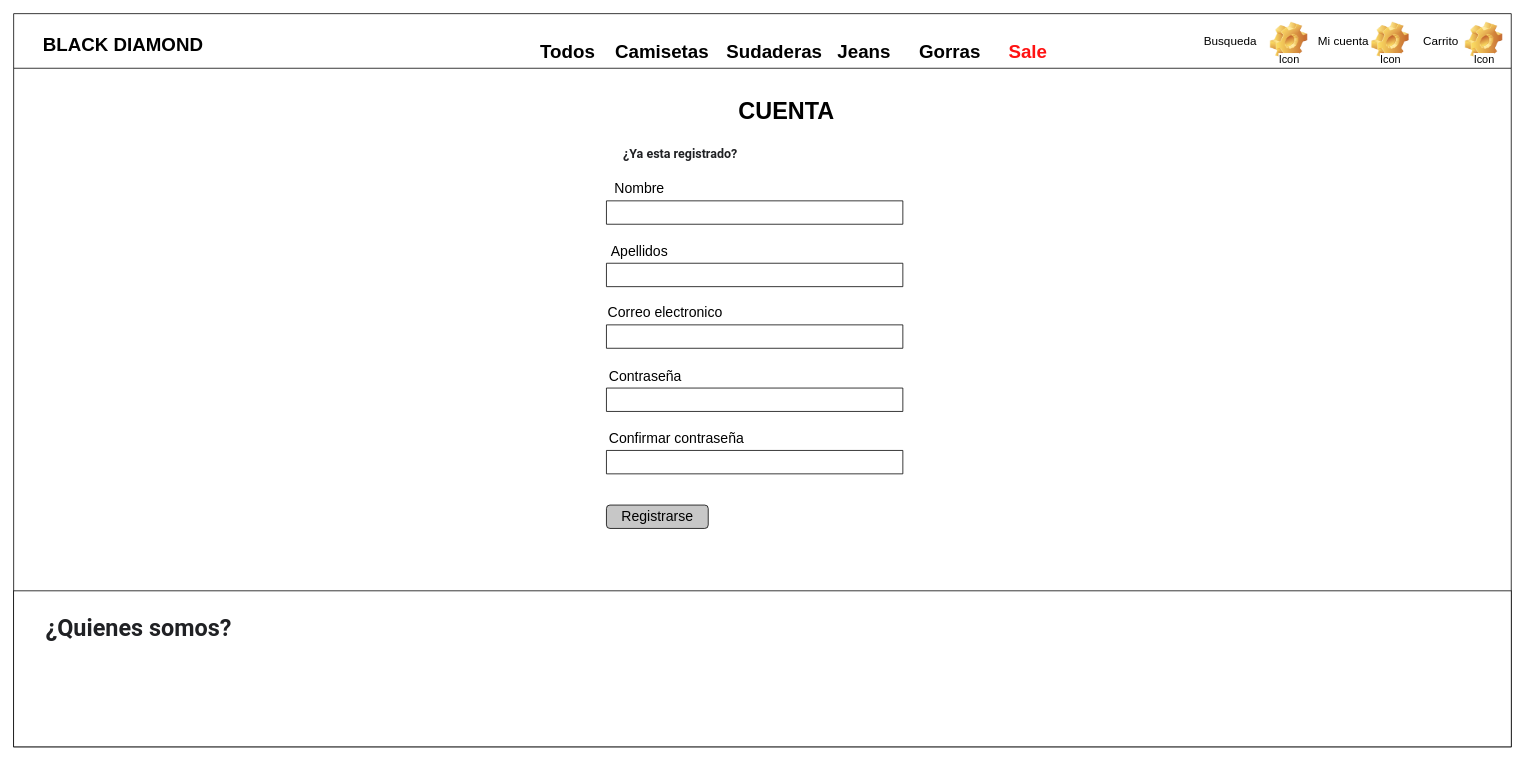
This is Formulario de registro.drawio from Alejox50/grupo_4_black-diamond, a draw.io file, before an edit. Source tidied: cells renumbered, new cells numbered last; positions are measured from the earlier drawing's top-left corner, leaving out a move shared by most shapes. Both pictures are drawn from the tidied source at 78%, with x=0, y=0 at pixel (13, 13).
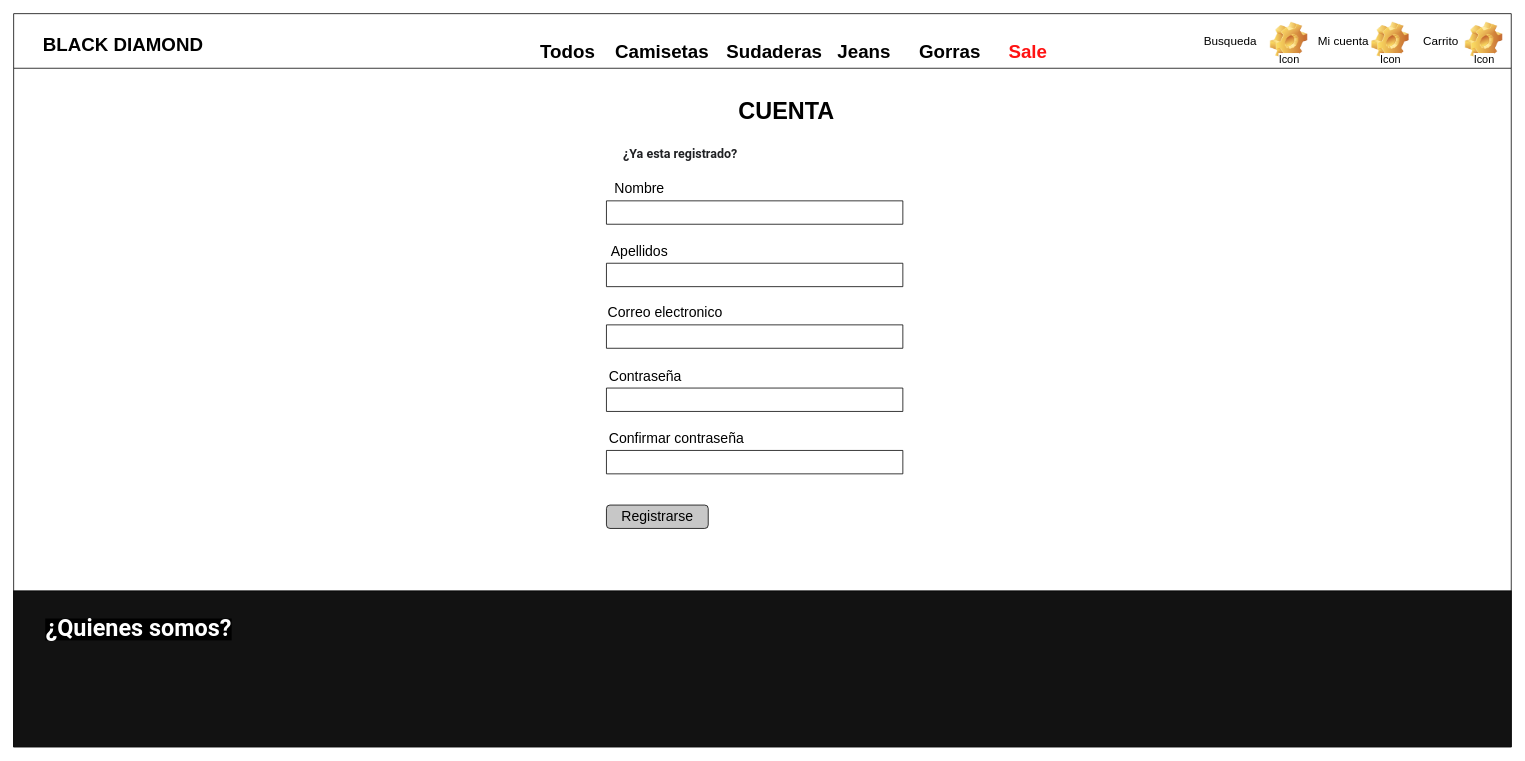
The same diagram, later.

Unchanged cells that the change refers to:
```xml
<mxCell id="2" style="swimlane;startSize=70;fontSize=15;verticalAlign=bottom;" parent="1" vertex="1">
  <mxGeometry width="1920" height="940" as="geometry" />
</mxCell>
```

Change to the diagram source:
```diff
@@
-    <mxCell id="24" style="rounded=0;html=1;fontSize=18;fontColor=#FF1212;verticalAlign=top;labelPosition=center;verticalLabelPosition=bottom;align=center;horizontal=1;whiteSpace=wrap;" parent="2" vertex="1">
+    <mxCell id="24" style="rounded=0;html=1;fontSize=18;fontColor=#FF1212;verticalAlign=top;labelPosition=center;verticalLabelPosition=bottom;align=center;horizontal=1;whiteSpace=wrap;fillColor=#121212;" parent="2" vertex="1">
       <mxGeometry y="740" width="1920" height="200" as="geometry" />
     </mxCell>
@@
-    <mxCell id="31" value="&lt;span style=&quot;color: rgb(32, 33, 36); font-family: Roboto, arial, sans-serif; text-align: left; background-color: rgb(255, 255, 255);&quot;&gt;&lt;font style=&quot;font-size: 30px;&quot;&gt;¿Quienes somos?&lt;/font&gt;&lt;/span&gt;" style="text;strokeColor=none;fillColor=none;html=1;fontSize=24;fontStyle=1;verticalAlign=middle;align=center;fontColor=#000000;" parent="1" vertex="1">
+    <mxCell id="31" value="&lt;span style=&quot;font-family: Roboto, arial, sans-serif; text-align: left; background-color: rgb(0, 0, 0);&quot;&gt;&lt;font color=&quot;#ffffff&quot; style=&quot;font-size: 30px;&quot;&gt;¿Quienes somos?&lt;/font&gt;&lt;/span&gt;" style="text;strokeColor=none;fillColor=none;html=1;fontSize=24;fontStyle=1;verticalAlign=middle;align=center;fontColor=#000000;" parent="1" vertex="1">
       <mxGeometry x="50" y="747" width="220" height="80" as="geometry" />
     </mxCell>
```
